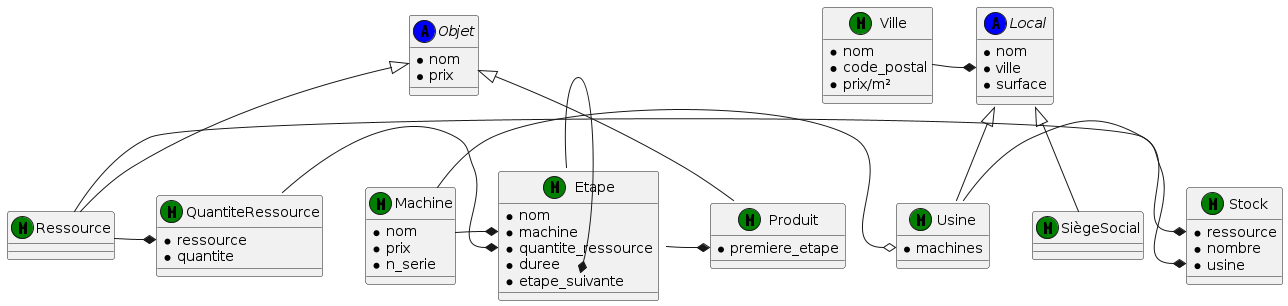
nim65s/teach-legacy keeps this PlantUML diagram as media/crayon.png. Above is the earlier version.
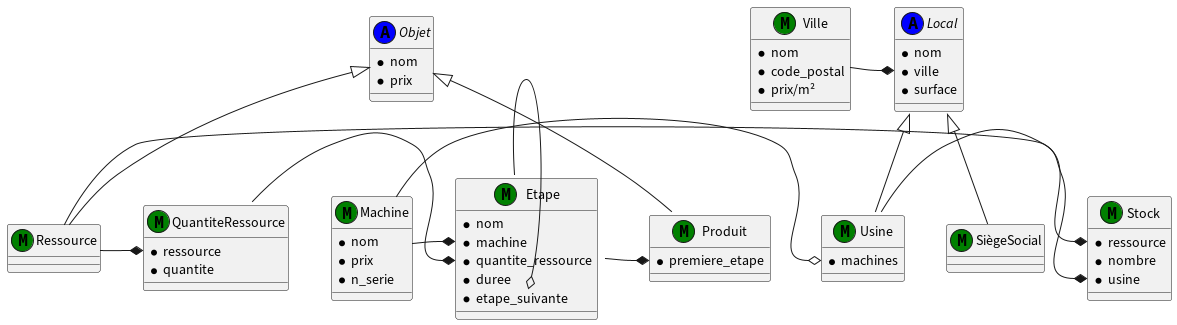
The same file after the commit.

The edit, as a diff of the source:
```diff
@@ -65,7 +65,7 @@
 Machine -o Usine::machine
 Machine -* Etape::machine
 Etape -* Produit::premiere_etape
-Etape::etape_suivante *-right- Etape
+Etape::etape_suivante o-right- Etape
 Ressource -* QuantiteRessource::ressource
 QuantiteRessource -* Etape::quantite_ressource
 Ressource -* Stock::ressource
```
